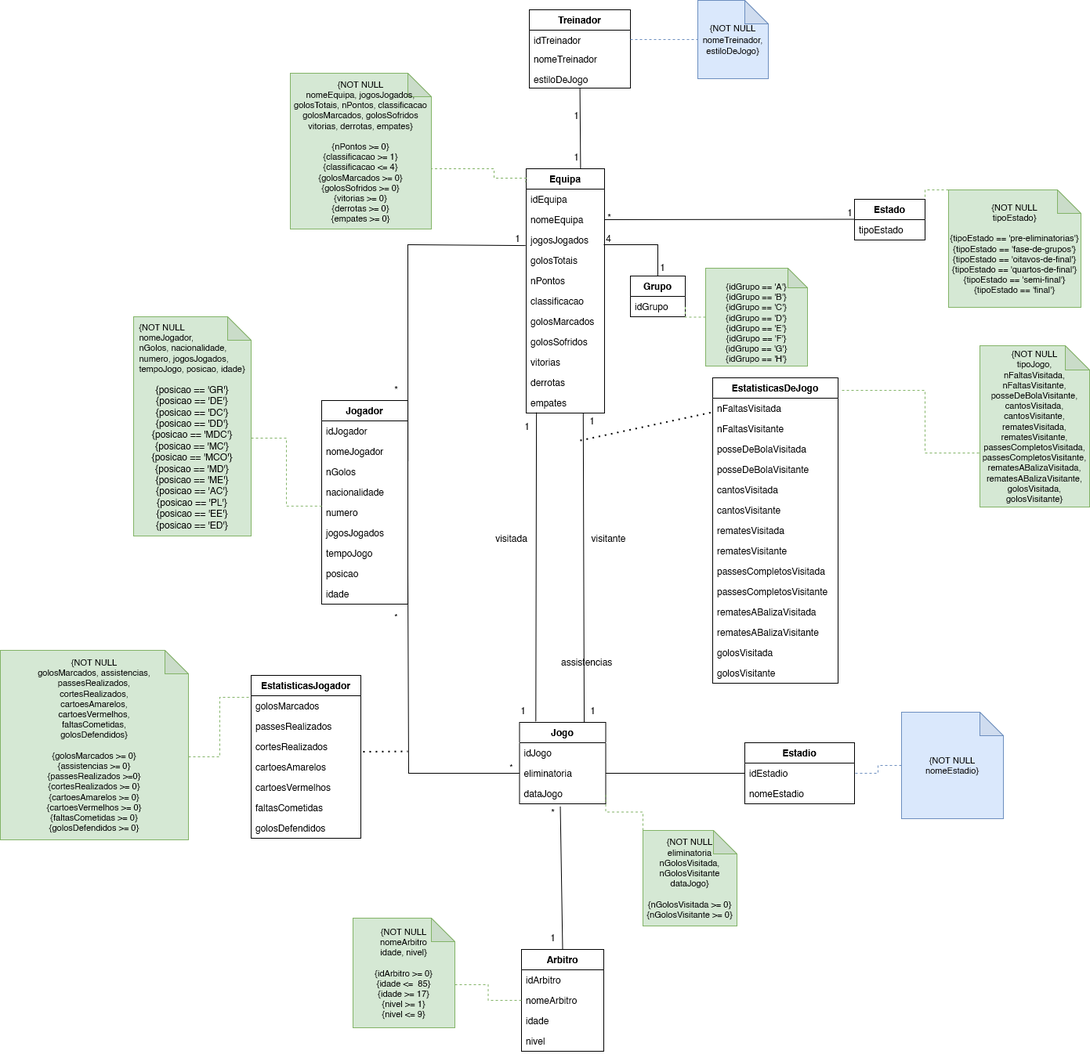
This is diagramaBixo.png from dratomitoma/BD, a draw.io export, as it was before one commit. Source tidied: cells renumbered, new cells last; positions are measured from the earlier drawing's top-left corner, leaving out a move shared by most shapes.
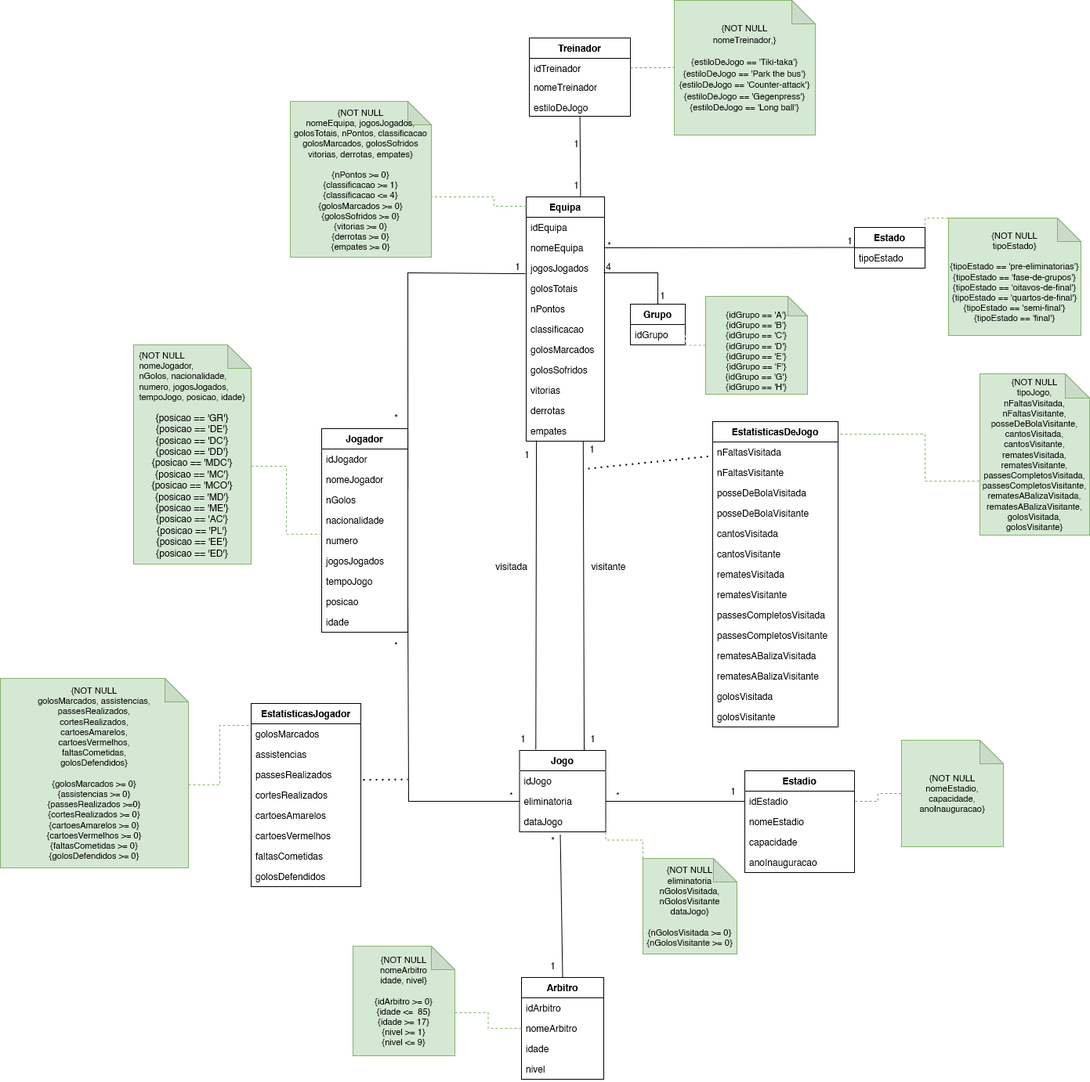
After the commit.

Diff of the diagram source:
```diff
@@ -147,7 +147,7 @@
       <mxGeometry x="652" y="892" width="30" height="30" as="geometry" />
     </mxCell>
     <mxCell id="47" value="EstatisticasDeJogo" style="swimlane;fontStyle=1;align=center;verticalAlign=top;horizontal=1;startSize=26;" parent="1" vertex="1">
-      <mxGeometry x="909" y="482" width="160" height="390" as="geometry" />
+      <mxGeometry x="909" y="502" width="160" height="390" as="geometry" />
     </mxCell>
     <mxCell id="48" value="nFaltasVisitada" style="text;strokeColor=none;fillColor=none;align=left;verticalAlign=top;spacingLeft=4;spacingRight=4;overflow=hidden;points=[[0,0.5],[1,0.5]];portConstraint=eastwest;" parent="47" vertex="1">
       <mxGeometry y="26" width="160" height="26" as="geometry" />
@@ -193,32 +193,35 @@
     </mxCell>
     <mxCell id="62" style="endArrow=none;dashed=1;html=1;dashPattern=1 3;strokeWidth=2;rounded=0;entryX=-0.004;entryY=0.689;entryDx=0;entryDy=0;entryPerimeter=0;" parent="1" edge="1" target="48">
       <mxGeometry relative="1" as="geometry">
-        <mxPoint x="740" y="562" as="sourcePoint" />
+        <mxPoint x="750" y="562" as="sourcePoint" />
       </mxGeometry>
     </mxCell>
     <mxCell id="63" value="EstatisticasJogador" style="swimlane;fontStyle=1;align=center;verticalAlign=top;horizontal=1;startSize=26;" parent="1" vertex="1">
-      <mxGeometry x="320" y="862" width="140" height="208" as="geometry" />
+      <mxGeometry x="320" y="862" width="140" height="234" as="geometry" />
     </mxCell>
     <mxCell id="64" value="golosMarcados" style="text;strokeColor=none;fillColor=none;align=left;verticalAlign=top;spacingLeft=4;spacingRight=4;overflow=hidden;points=[[0,0.5],[1,0.5]];portConstraint=eastwest;" parent="63" vertex="1">
       <mxGeometry y="26" width="140" height="26" as="geometry" />
     </mxCell>
+    <mxCell id="116" value="assistencias" style="text;strokeColor=none;fillColor=none;align=left;verticalAlign=top;spacingLeft=4;spacingRight=4;overflow=hidden;" parent="63" vertex="1">
+      <mxGeometry y="52" width="140" height="26" as="geometry" />
+    </mxCell>
     <mxCell id="65" value="passesRealizados" style="text;strokeColor=none;fillColor=none;align=left;verticalAlign=top;spacingLeft=4;spacingRight=4;overflow=hidden;" parent="63" vertex="1">
-      <mxGeometry y="52" width="140" height="26" as="geometry" />
+      <mxGeometry y="78" width="140" height="26" as="geometry" />
     </mxCell>
     <mxCell id="66" value="cortesRealizados" style="text;strokeColor=none;fillColor=none;align=left;verticalAlign=top;spacingLeft=4;spacingRight=4;overflow=hidden;" parent="63" vertex="1">
-      <mxGeometry y="78" width="140" height="26" as="geometry" />
+      <mxGeometry y="104" width="140" height="26" as="geometry" />
     </mxCell>
     <mxCell id="67" value="cartoesAmarelos" style="text;strokeColor=none;fillColor=none;align=left;verticalAlign=top;spacingLeft=4;spacingRight=4;overflow=hidden;" parent="63" vertex="1">
-      <mxGeometry y="104" width="140" height="26" as="geometry" />
+      <mxGeometry y="130" width="140" height="26" as="geometry" />
     </mxCell>
     <mxCell id="68" value="cartoesVermelhos" style="text;strokeColor=none;fillColor=none;align=left;verticalAlign=top;spacingLeft=4;spacingRight=4;overflow=hidden;" parent="63" vertex="1">
-      <mxGeometry y="130" width="140" height="26" as="geometry" />
+      <mxGeometry y="156" width="140" height="26" as="geometry" />
     </mxCell>
     <mxCell id="69" value="faltasCometidas" style="text;strokeColor=none;fillColor=none;align=left;verticalAlign=top;spacingLeft=4;spacingRight=4;overflow=hidden;" parent="63" vertex="1">
-      <mxGeometry y="156" width="140" height="26" as="geometry" />
+      <mxGeometry y="182" width="140" height="26" as="geometry" />
     </mxCell>
     <mxCell id="70" value="golosDefendidos" style="text;strokeColor=none;fillColor=none;align=left;verticalAlign=top;spacingLeft=4;spacingRight=4;overflow=hidden;" parent="63" vertex="1">
-      <mxGeometry y="182" width="140" height="26" as="geometry" />
+      <mxGeometry y="208" width="140" height="26" as="geometry" />
     </mxCell>
     <mxCell id="71" value="Arbitro" style="swimlane;fontStyle=1;align=center;verticalAlign=top;horizontal=1;startSize=26;" parent="1" vertex="1">
       <mxGeometry x="665" y="1212" width="105" height="130" as="geometry" />
@@ -330,8 +333,8 @@
     <mxCell id="102" value="1" style="text;html=1;align=center;verticalAlign=middle;strokeColor=none;fillColor=none;" parent="1" vertex="1">
       <mxGeometry x="720" y="185" width="30" height="30" as="geometry" />
     </mxCell>
-    <mxCell id="103" value="&lt;font style=&quot;font-size: 11px;&quot;&gt;{NOT NULL&lt;br&gt;nomeTreinador,&lt;br&gt;estiloDeJogo}&lt;/font&gt;" style="shape=note;whiteSpace=wrap;html=1;backgroundOutline=1;darkOpacity=0.05;fillColor=#dae8fc;strokeColor=#6c8ebf;" parent="1" vertex="1">
-      <mxGeometry x="890" width="90" height="100" as="geometry" />
+    <mxCell id="103" value="&lt;font style=&quot;font-size: 11px;&quot;&gt;{NOT NULL&lt;br&gt;nomeTreinador,}&lt;br&gt;&lt;br&gt;{estiloDeJogo == 'Tiki-taka'}&lt;br&gt;{estiloDeJogo == 'Park the bus'}&lt;br&gt;{estiloDeJogo == 'Counter-attack'}&lt;br&gt;{estiloDeJogo ==&amp;nbsp;'Gegenpress'}&lt;br&gt;{estiloDeJogo ==&amp;nbsp;'Long ball'}&lt;br&gt;&lt;/font&gt;" style="shape=note;whiteSpace=wrap;html=1;backgroundOutline=1;darkOpacity=0.05;fillColor=#d5e8d4;strokeColor=#82b366;" parent="1" vertex="1">
+      <mxGeometry x="860" y="-36" width="180" height="172" as="geometry" />
     </mxCell>
     <mxCell id="104" style="endArrow=none;dashed=1;html=1;rounded=0;fontSize=11;entryX=0;entryY=0.5;entryDx=0;entryDy=0;entryPerimeter=0;fillColor=#dae8fc;strokeColor=#6c8ebf;exitX=1;exitY=0.5;exitDx=0;exitDy=0;" parent="1" edge="1" source="97" target="103">
       <mxGeometry relative="1" as="geometry" />
@@ -356,7 +359,7 @@
       <mxGeometry x="490" y="772" width="30" height="30" as="geometry" />
     </mxCell>
     <mxCell id="109" value="Estadio" style="swimlane;fontStyle=1;horizontal=1;startSize=26;fillColor=none;spacing=2;verticalAlign=middle;" parent="1" vertex="1">
-      <mxGeometry x="950" y="948" width="140" height="78" as="geometry" />
+      <mxGeometry x="950" y="948" width="140" height="130" as="geometry" />
     </mxCell>
     <mxCell id="110" value="idEstadio" style="text;strokeColor=none;fillColor=none;align=left;verticalAlign=top;spacingLeft=4;spacingRight=4;overflow=hidden;points=[[0,0.5],[1,0.5]];portConstraint=eastwest;" parent="109" vertex="1">
       <mxGeometry y="26" width="140" height="26" as="geometry" />
@@ -364,20 +367,29 @@
     <mxCell id="111" value="nomeEstadio" style="text;strokeColor=none;fillColor=none;align=left;verticalAlign=top;spacingLeft=4;spacingRight=4;overflow=hidden;" parent="109" vertex="1">
       <mxGeometry y="52" width="140" height="26" as="geometry" />
     </mxCell>
+    <mxCell id="117" value="capacidade" style="text;strokeColor=none;fillColor=none;align=left;verticalAlign=top;spacingLeft=4;spacingRight=4;overflow=hidden;" parent="109" vertex="1">
+      <mxGeometry y="78" width="140" height="26" as="geometry" />
+    </mxCell>
+    <mxCell id="118" value="anoInauguracao" style="text;strokeColor=none;fillColor=none;align=left;verticalAlign=top;spacingLeft=4;spacingRight=4;overflow=hidden;" parent="109" vertex="1">
+      <mxGeometry y="104" width="140" height="26" as="geometry" />
+    </mxCell>
     <mxCell id="112" style="rounded=0;jettySize=auto;html=1;exitX=0;exitY=0.5;exitDx=0;exitDy=0;strokeWidth=1;endArrow=none;endFill=0;" parent="1" edge="1" source="110" target="27">
       <mxGeometry relative="1" as="geometry" />
     </mxCell>
     <mxCell id="113" style="edgeStyle=orthogonalEdgeStyle;rounded=0;jettySize=auto;html=1;exitX=0;exitY=0.5;exitDx=0;exitDy=0;exitPerimeter=0;entryX=1;entryY=0.5;entryDx=0;entryDy=0;strokeWidth=1;endArrow=none;endFill=0;fillColor=#dae8fc;strokeColor=#6c8ebf;dashed=1;" parent="1" edge="1" source="114" target="110">
       <mxGeometry relative="1" as="geometry" />
     </mxCell>
-    <mxCell id="114" value="{NOT NULL&lt;br&gt;nomeEstadio}" style="shape=note;whiteSpace=wrap;html=1;backgroundOutline=1;darkOpacity=0.05;fontSize=11;fillColor=#dae8fc;strokeColor=#6c8ebf;" parent="1" vertex="1">
+    <mxCell id="114" value="{NOT NULL&lt;br&gt;nomeEstadio, capacidade, anoInauguracao}" style="shape=note;whiteSpace=wrap;html=1;backgroundOutline=1;darkOpacity=0.05;fontSize=11;fillColor=#d5e8d4;strokeColor=#82b366;" parent="1" vertex="1">
       <mxGeometry x="1150" y="909" width="130" height="136" as="geometry" />
     </mxCell>
     <mxCell id="115" value="1" style="text;html=1;align=center;verticalAlign=middle;strokeColor=none;fillColor=none;" parent="1" vertex="1">
       <mxGeometry x="622" y="529" width="100" height="30" as="geometry" />
     </mxCell>
-    <mxCell id="116" value="assistencias" style="text;strokeColor=none;fillColor=none;align=left;verticalAlign=top;spacingLeft=4;spacingRight=4;overflow=hidden;" parent="1" vertex="1">
-      <mxGeometry x="710" y="832" width="140" height="26" as="geometry" />
-    </mxCell>
+    <mxCell id="119" value="1" style="text;html=1;align=center;verticalAlign=middle;strokeColor=none;fillColor=none;" parent="1" vertex="1">
+      <mxGeometry x="920" y="959" width="30" height="30" as="geometry" />
+    </mxCell>
+    <mxCell id="120" value="*" style="text;html=1;align=center;verticalAlign=middle;strokeColor=none;fillColor=none;fontSize=11;" parent="1" vertex="1">
+      <mxGeometry x="772.5" y="964" width="30" height="30" as="geometry" />
+    </mxCell>
   </root>
 </mxGraphModel>
```
